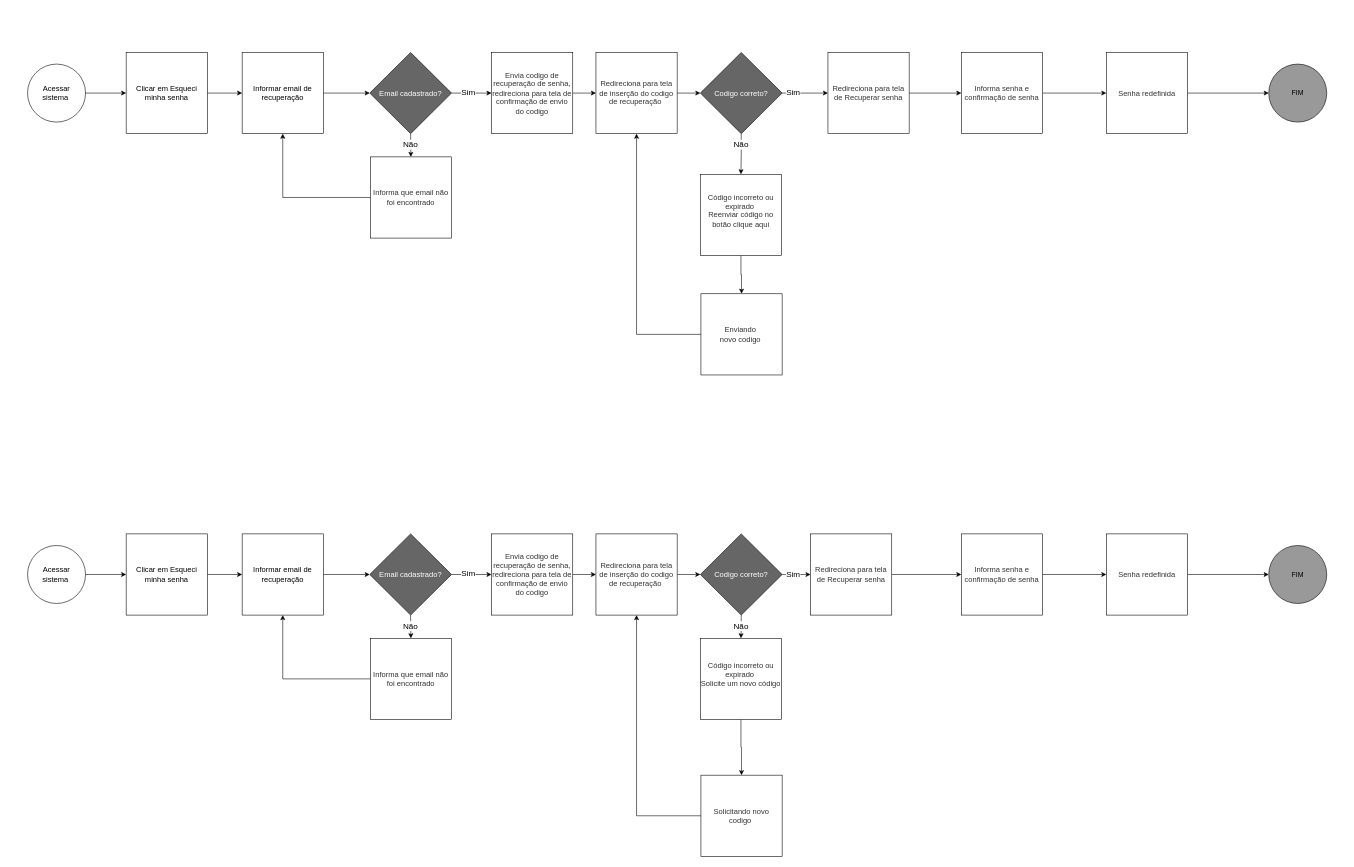
The draw.io diagram page "Esqueci minha senha" (4 of 4) of fluxogramas/YS-Fluxo.drawio in eothigas/YS_Storage, before the edit. Source tidied: cells renumbered, new cells numbered last; positions are measured from the earlier drawing's top-left corner, leaving out a move shared by most shapes. Both pictures are drawn from the tidied source at 58%, with x=0, y=0 at pixel (27, 52).
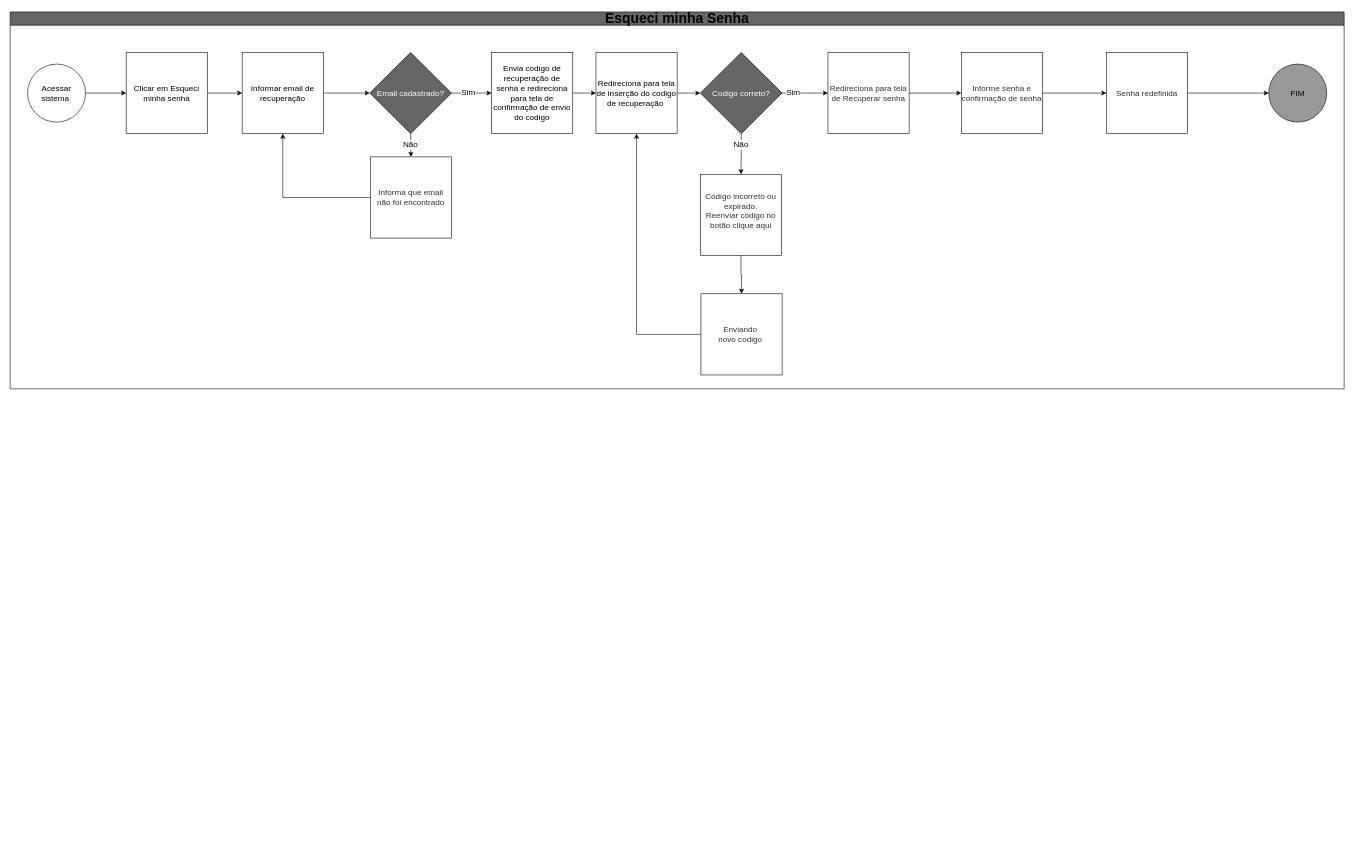
The same diagram, later.

Diff of the diagram source:
```diff
@@
-    <mxCell id="3" value="&lt;span style=&quot;font-size: 13px;&quot;&gt;Acessar sistema&amp;nbsp;&lt;/span&gt;" style="ellipse;whiteSpace=wrap;html=1;fillColor=none;" parent="1" vertex="1">
+    <mxCell id="3" value="&lt;font style=&quot;font-size: 14px;&quot;&gt;Acessar sistema&amp;nbsp;&lt;/font&gt;" style="ellipse;whiteSpace=wrap;html=1;fillColor=none;" parent="1" vertex="1">
       <mxGeometry y="20" width="100" height="100" as="geometry" />
     </mxCell>
@@
-    <mxCell id="5" value="&lt;font style=&quot;font-size: 13px;&quot;&gt;Clicar em Esqueci minha senha&lt;/font&gt;" style="whiteSpace=wrap;html=1;" parent="1" vertex="1">
+    <mxCell id="5" value="&lt;font style=&quot;font-size: 14px;&quot;&gt;Clicar em Esqueci minha senha&lt;/font&gt;" style="whiteSpace=wrap;html=1;" parent="1" vertex="1">
       <mxGeometry x="170" width="140" height="140" as="geometry" />
     </mxCell>
@@
-    <mxCell id="7" value="&lt;font style=&quot;font-size: 13px;&quot;&gt;Informar email de recuperação&lt;/font&gt;" style="whiteSpace=wrap;html=1;" parent="1" vertex="1">
+    <mxCell id="7" value="&lt;font style=&quot;font-size: 14px;&quot;&gt;Informar email de recuperação&lt;/font&gt;" style="whiteSpace=wrap;html=1;" parent="1" vertex="1">
       <mxGeometry x="370" width="140" height="140" as="geometry" />
     </mxCell>
@@
-    <mxCell id="10" value="&lt;span style=&quot;color: rgb(255, 255, 255); font-size: 13px;&quot;&gt;Email cadastrado?&lt;/span&gt;" style="rhombus;whiteSpace=wrap;html=1;fillColor=#666666;" parent="1" vertex="1">
+    <mxCell id="10" value="&lt;span style=&quot;color: rgb(255, 255, 255);&quot;&gt;&lt;font style=&quot;font-size: 14px;&quot;&gt;Email cadastrado?&lt;/font&gt;&lt;/span&gt;" style="rhombus;whiteSpace=wrap;html=1;fillColor=#666666;" parent="1" vertex="1">
       <mxGeometry x="590" width="141" height="140" as="geometry" />
     </mxCell>
@@
-    <mxCell id="12" value="&lt;span style=&quot;color: rgb(51, 51, 51); font-size: 13px;&quot;&gt;Envia codigo de recuperação de senha, redireciona para tela de confirmação de envio do codigo&lt;/span&gt;" style="whiteSpace=wrap;html=1;" parent="1" vertex="1">
+    <mxCell id="12" value="&lt;font style=&quot;font-size: 14px;&quot;&gt;Envia codigo de recuperação de senha e redireciona para tela de confirmação de envio do codigo&lt;/font&gt;" style="whiteSpace=wrap;html=1;" parent="1" vertex="1">
       <mxGeometry x="800" width="140" height="140" as="geometry" />
     </mxCell>
@@
-    <mxCell id="15" value="&lt;span style=&quot;color: rgb(51, 51, 51); font-size: 13px;&quot;&gt;Informa que email não foi encontrado&lt;/span&gt;" style="whiteSpace=wrap;html=1;" parent="1" vertex="1">
+    <mxCell id="15" value="&lt;span style=&quot;color: rgb(51, 51, 51);&quot;&gt;&lt;font style=&quot;font-size: 14px;&quot;&gt;Informa que email não foi encontrado&lt;/font&gt;&lt;/span&gt;" style="whiteSpace=wrap;html=1;" parent="1" vertex="1">
       <mxGeometry x="591" y="180" width="140" height="140" as="geometry" />
     </mxCell>
@@
-    <mxCell id="19" value="&lt;span style=&quot;color: rgb(255, 255, 255); font-size: 13px;&quot;&gt;Codigo correto?&lt;/span&gt;" style="rhombus;whiteSpace=wrap;html=1;fillColor=#666666;" parent="1" vertex="1">
+    <mxCell id="19" value="&lt;span style=&quot;color: rgb(255, 255, 255);&quot;&gt;&lt;font style=&quot;font-size: 14px;&quot;&gt;Codigo correto?&lt;/font&gt;&lt;/span&gt;" style="rhombus;whiteSpace=wrap;html=1;fillColor=#666666;" parent="1" vertex="1">
       <mxGeometry x="1160" width="141" height="140" as="geometry" />
     </mxCell>
@@
-    <mxCell id="21" value="&lt;span style=&quot;color: rgb(51, 51, 51); font-size: 13px;&quot;&gt;Redireciona para tela de inserção do codigo de recuperação&amp;nbsp;&lt;/span&gt;" style="whiteSpace=wrap;html=1;" parent="1" vertex="1">
+    <mxCell id="21" value="&lt;font style=&quot;font-size: 14px;&quot;&gt;Redireciona para tela de inserção do codigo de recuperação&amp;nbsp;&lt;/font&gt;" style="whiteSpace=wrap;html=1;" parent="1" vertex="1">
       <mxGeometry x="980" width="140" height="140" as="geometry" />
     </mxCell>
@@
-    <mxCell id="23" value="&lt;div&gt;&lt;font color=&quot;#333333&quot;&gt;&lt;span style=&quot;font-size: 13px;&quot;&gt;Código incorreto ou expirado&amp;nbsp;&lt;/span&gt;&lt;/font&gt;&lt;/div&gt;&lt;div&gt;&lt;font color=&quot;#333333&quot;&gt;&lt;span style=&quot;font-size: 13px;&quot;&gt;Reenviar código no botão clique aqui&lt;/span&gt;&lt;/font&gt;&lt;/div&gt;&lt;div&gt;&lt;br&gt;&lt;/div&gt;" style="whiteSpace=wrap;html=1;" parent="1" vertex="1">
+    <mxCell id="23" value="&lt;div&gt;&lt;font style=&quot;font-size: 14px;&quot; color=&quot;#333333&quot;&gt;Código incorreto ou expirado.&lt;/font&gt;&lt;/div&gt;&lt;div&gt;&lt;font style=&quot;font-size: 14px;&quot; color=&quot;#333333&quot;&gt;Reenviar código no botão clique aqui&lt;/font&gt;&lt;/div&gt;&lt;div&gt;&lt;br&gt;&lt;/div&gt;" style="whiteSpace=wrap;html=1;" parent="1" vertex="1">
       <mxGeometry x="1160" y="210" width="140" height="140" as="geometry" />
     </mxCell>
@@
-    <mxCell id="26" value="&lt;font color=&quot;#333333&quot;&gt;&lt;span style=&quot;font-size: 13px;&quot;&gt;Redireciona para tela de Recuperar senha&lt;/span&gt;&lt;/font&gt;" style="whiteSpace=wrap;html=1;" parent="1" vertex="1">
+    <mxCell id="26" value="&lt;font style=&quot;font-size: 14px;&quot; color=&quot;#333333&quot;&gt;Redireciona para tela de Recuperar senha&lt;/font&gt;" style="whiteSpace=wrap;html=1;" parent="1" vertex="1">
       <mxGeometry x="1380" width="140" height="140" as="geometry" />
     </mxCell>
@@
-    <mxCell id="29" value="&lt;div&gt;&lt;font color=&quot;#333333&quot;&gt;&lt;span style=&quot;font-size: 13px;&quot;&gt;Enviando&amp;nbsp;&lt;/span&gt;&lt;/font&gt;&lt;/div&gt;&lt;div&gt;&lt;font color=&quot;#333333&quot;&gt;&lt;span style=&quot;font-size: 13px;&quot;&gt;novo codigo&amp;nbsp;&lt;/span&gt;&lt;/font&gt;&lt;/div&gt;" style="whiteSpace=wrap;html=1;" parent="1" vertex="1">
+    <mxCell id="29" value="&lt;div&gt;&lt;font style=&quot;font-size: 14px;&quot; color=&quot;#333333&quot;&gt;Enviando&amp;nbsp;&lt;/font&gt;&lt;/div&gt;&lt;div&gt;&lt;font style=&quot;font-size: 14px;&quot; color=&quot;#333333&quot;&gt;novo codigo&amp;nbsp;&lt;/font&gt;&lt;/div&gt;" style="whiteSpace=wrap;html=1;" parent="1" vertex="1">
       <mxGeometry x="1161" y="416" width="140" height="140" as="geometry" />
     </mxCell>
@@
-    <mxCell id="31" value="&lt;font color=&quot;#333333&quot;&gt;&lt;span style=&quot;font-size: 13px;&quot;&gt;Informa senha e confirmação de senha&lt;/span&gt;&lt;/font&gt;" style="whiteSpace=wrap;html=1;" parent="1" vertex="1">
+    <mxCell id="31" value="&lt;font style=&quot;font-size: 14px;&quot; color=&quot;#333333&quot;&gt;Informe senha e confirmação de senha&lt;/font&gt;" style="whiteSpace=wrap;html=1;" parent="1" vertex="1">
       <mxGeometry x="1610" width="140" height="140" as="geometry" />
     </mxCell>
@@
-    <mxCell id="33" value="&lt;font color=&quot;#333333&quot;&gt;&lt;span style=&quot;font-size: 13px;&quot;&gt;Senha redefinida&lt;/span&gt;&lt;/font&gt;" style="whiteSpace=wrap;html=1;" parent="1" vertex="1">
+    <mxCell id="33" value="&lt;font style=&quot;font-size: 14px;&quot; color=&quot;#333333&quot;&gt;Senha redefinida&lt;/font&gt;" style="whiteSpace=wrap;html=1;" parent="1" vertex="1">
       <mxGeometry x="1860" width="140" height="140" as="geometry" />
     </mxCell>
-    <mxCell id="34" value="FIM" style="ellipse;whiteSpace=wrap;html=1;fillColor=#999999;" parent="1" vertex="1">
+    <mxCell id="34" value="&lt;font style=&quot;font-size: 14px;&quot;&gt;FIM&lt;/font&gt;" style="ellipse;whiteSpace=wrap;html=1;fillColor=#999999;" parent="1" vertex="1">
       <mxGeometry x="2140" y="20" width="100" height="100" as="geometry" />
     </mxCell>
-    <mxCell id="35" style="edgeStyle=orthogonalEdgeStyle;rounded=0;jettySize=auto;html=1;exitX=1;exitY=0.5;exitDx=0;exitDy=0;entryX=0;entryY=0.5;entryDx=0;entryDy=0;" parent="1" edge="1" source="36" target="38">
-      <mxGeometry relative="1" as="geometry" />
-    </mxCell>
-    <mxCell id="36" value="&lt;span style=&quot;font-size: 13px;&quot;&gt;Acessar sistema&amp;nbsp;&lt;/span&gt;" style="ellipse;whiteSpace=wrap;html=1;fillColor=none;" parent="1" vertex="1">
-      <mxGeometry y="850" width="100" height="100" as="geometry" />
-    </mxCell>
-    <mxCell id="37" style="edgeStyle=orthogonalEdgeStyle;rounded=0;jettySize=auto;html=1;exitX=1;exitY=0.5;exitDx=0;exitDy=0;entryX=0;entryY=0.5;entryDx=0;entryDy=0;" parent="1" edge="1" source="38" target="40">
-      <mxGeometry relative="1" as="geometry" />
-    </mxCell>
-    <mxCell id="38" value="&lt;font style=&quot;font-size: 13px;&quot;&gt;Clicar em Esqueci minha senha&lt;/font&gt;" style="whiteSpace=wrap;html=1;" parent="1" vertex="1">
-      <mxGeometry x="170" y="830" width="140" height="140" as="geometry" />
-    </mxCell>
-    <mxCell id="39" style="edgeStyle=orthogonalEdgeStyle;rounded=0;jettySize=auto;html=1;exitX=1;exitY=0.5;exitDx=0;exitDy=0;entryX=0;entryY=0.5;entryDx=0;entryDy=0;" parent="1" edge="1" source="40" target="43">
-      <mxGeometry relative="1" as="geometry" />
-    </mxCell>
-    <mxCell id="40" value="&lt;font style=&quot;font-size: 13px;&quot;&gt;Informar email de recuperação&lt;/font&gt;" style="whiteSpace=wrap;html=1;" parent="1" vertex="1">
-      <mxGeometry x="370" y="830" width="140" height="140" as="geometry" />
-    </mxCell>
-    <mxCell id="41" style="edgeStyle=orthogonalEdgeStyle;rounded=0;jettySize=auto;html=1;exitX=1;exitY=0.5;exitDx=0;exitDy=0;entryX=0;entryY=0.5;entryDx=0;entryDy=0;" parent="1" edge="1" source="43" target="45">
-      <mxGeometry relative="1" as="geometry" />
-    </mxCell>
-    <mxCell id="42" style="edgeStyle=orthogonalEdgeStyle;rounded=0;jettySize=auto;html=1;exitX=0.5;exitY=1;exitDx=0;exitDy=0;entryX=0.5;entryY=0;entryDx=0;entryDy=0;" parent="1" edge="1" source="43" target="48">
-      <mxGeometry relative="1" as="geometry" />
-    </mxCell>
-    <mxCell id="43" value="&lt;span style=&quot;color: rgb(255, 255, 255); font-size: 13px;&quot;&gt;Email cadastrado?&lt;/span&gt;" style="rhombus;whiteSpace=wrap;html=1;fillColor=#666666;" parent="1" vertex="1">
-      <mxGeometry x="590" y="830" width="141" height="140" as="geometry" />
-    </mxCell>
-    <mxCell id="44" style="edgeStyle=orthogonalEdgeStyle;rounded=0;jettySize=auto;html=1;exitX=1;exitY=0.5;exitDx=0;exitDy=0;entryX=0;entryY=0.5;entryDx=0;entryDy=0;" parent="1" edge="1" source="45" target="54">
-      <mxGeometry relative="1" as="geometry" />
-    </mxCell>
-    <mxCell id="45" value="&lt;span style=&quot;color: rgb(51, 51, 51); font-size: 13px;&quot;&gt;Envia codigo de recuperação de senha, redireciona para tela de confirmação de envio do codigo&lt;/span&gt;" style="whiteSpace=wrap;html=1;" parent="1" vertex="1">
-      <mxGeometry x="800" y="830" width="140" height="140" as="geometry" />
-    </mxCell>
-    <mxCell id="46" value="&lt;font style=&quot;font-size: 14px;&quot;&gt;Sim&lt;/font&gt;" style="edgeLabel;html=1;align=center;verticalAlign=middle;" parent="1" vertex="1">
-      <mxGeometry x="770" y="900" as="geometry">
-        <mxPoint x="-11" y="-3" as="offset" />
-      </mxGeometry>
-    </mxCell>
-    <mxCell id="47" style="edgeStyle=orthogonalEdgeStyle;rounded=0;jettySize=auto;html=1;exitX=0;exitY=0.5;exitDx=0;exitDy=0;entryX=0.5;entryY=1;entryDx=0;entryDy=0;" parent="1" edge="1" source="48" target="40">
-      <mxGeometry relative="1" as="geometry" />
-    </mxCell>
-    <mxCell id="48" value="&lt;span style=&quot;color: rgb(51, 51, 51); font-size: 13px;&quot;&gt;Informa que email não foi encontrado&lt;/span&gt;" style="whiteSpace=wrap;html=1;" parent="1" vertex="1">
-      <mxGeometry x="591" y="1010" width="140" height="140" as="geometry" />
-    </mxCell>
-    <mxCell id="49" value="&lt;font style=&quot;font-size: 14px;&quot;&gt;Não&lt;/font&gt;" style="edgeLabel;html=1;align=center;verticalAlign=middle;" parent="1" vertex="1">
-      <mxGeometry x="670" y="990" as="geometry">
-        <mxPoint x="-11" y="-2" as="offset" />
-      </mxGeometry>
-    </mxCell>
-    <mxCell id="50" style="edgeStyle=orthogonalEdgeStyle;rounded=0;jettySize=auto;html=1;exitX=0.5;exitY=1;exitDx=0;exitDy=0;entryX=0.5;entryY=0;entryDx=0;entryDy=0;" parent="1" edge="1" source="52" target="56">
-      <mxGeometry relative="1" as="geometry" />
-    </mxCell>
-    <mxCell id="51" style="edgeStyle=orthogonalEdgeStyle;rounded=0;jettySize=auto;html=1;exitX=1;exitY=0.5;exitDx=0;exitDy=0;entryX=0;entryY=0.5;entryDx=0;entryDy=0;" parent="1" edge="1" source="52" target="59">
-      <mxGeometry relative="1" as="geometry" />
-    </mxCell>
-    <mxCell id="52" value="&lt;span style=&quot;color: rgb(255, 255, 255); font-size: 13px;&quot;&gt;Codigo correto?&lt;/span&gt;" style="rhombus;whiteSpace=wrap;html=1;fillColor=#666666;" parent="1" vertex="1">
-      <mxGeometry x="1160" y="830" width="141" height="140" as="geometry" />
-    </mxCell>
-    <mxCell id="53" style="edgeStyle=orthogonalEdgeStyle;rounded=0;jettySize=auto;html=1;exitX=1;exitY=0.5;exitDx=0;exitDy=0;entryX=0;entryY=0.5;entryDx=0;entryDy=0;" parent="1" edge="1" source="54" target="52">
-      <mxGeometry relative="1" as="geometry" />
-    </mxCell>
-    <mxCell id="54" value="&lt;span style=&quot;color: rgb(51, 51, 51); font-size: 13px;&quot;&gt;Redireciona para tela de inserção do codigo de recuperação&amp;nbsp;&lt;/span&gt;" style="whiteSpace=wrap;html=1;" parent="1" vertex="1">
-      <mxGeometry x="980" y="830" width="140" height="140" as="geometry" />
-    </mxCell>
-    <mxCell id="55" style="edgeStyle=orthogonalEdgeStyle;rounded=0;jettySize=auto;html=1;exitX=0.5;exitY=1;exitDx=0;exitDy=0;entryX=0.5;entryY=0;entryDx=0;entryDy=0;" parent="1" edge="1" source="56" target="62">
-      <mxGeometry relative="1" as="geometry" />
-    </mxCell>
-    <mxCell id="56" value="&lt;div&gt;&lt;font color=&quot;#333333&quot;&gt;&lt;span style=&quot;font-size: 13px;&quot;&gt;Código incorreto ou expirado&amp;nbsp;&lt;/span&gt;&lt;/font&gt;&lt;/div&gt;&lt;div&gt;&lt;font color=&quot;#333333&quot;&gt;&lt;span style=&quot;font-size: 13px;&quot;&gt;Solicite um novo código&lt;/span&gt;&lt;/font&gt;&lt;/div&gt;&lt;div&gt;&lt;br&gt;&lt;/div&gt;" style="whiteSpace=wrap;html=1;" parent="1" vertex="1">
-      <mxGeometry x="1160" y="1010" width="140" height="140" as="geometry" />
-    </mxCell>
-    <mxCell id="57" value="&lt;font style=&quot;font-size: 14px;&quot;&gt;Não&lt;/font&gt;" style="edgeLabel;html=1;align=center;verticalAlign=middle;" parent="1" vertex="1">
-      <mxGeometry x="1240" y="990" as="geometry">
-        <mxPoint x="-11" y="-2" as="offset" />
-      </mxGeometry>
-    </mxCell>
-    <mxCell id="58" style="edgeStyle=orthogonalEdgeStyle;rounded=0;jettySize=auto;html=1;exitX=1;exitY=0.5;exitDx=0;exitDy=0;entryX=0;entryY=0.5;entryDx=0;entryDy=0;" parent="1" edge="1" source="59" target="64">
-      <mxGeometry relative="1" as="geometry" />
-    </mxCell>
-    <mxCell id="59" value="&lt;font color=&quot;#333333&quot;&gt;&lt;span style=&quot;font-size: 13px;&quot;&gt;Redireciona para tela de Recuperar senha&lt;/span&gt;&lt;/font&gt;" style="whiteSpace=wrap;html=1;" parent="1" vertex="1">
-      <mxGeometry x="1350" y="830" width="140" height="140" as="geometry" />
-    </mxCell>
-    <mxCell id="60" value="&lt;font style=&quot;font-size: 14px;&quot;&gt;Sim&lt;/font&gt;" style="edgeLabel;html=1;align=center;verticalAlign=middle;" parent="1" vertex="1">
-      <mxGeometry x="1330" y="900" as="geometry">
-        <mxPoint x="-11" y="-2" as="offset" />
-      </mxGeometry>
-    </mxCell>
-    <mxCell id="61" style="edgeStyle=orthogonalEdgeStyle;rounded=0;jettySize=auto;html=1;exitX=0;exitY=0.5;exitDx=0;exitDy=0;entryX=0.5;entryY=1;entryDx=0;entryDy=0;" parent="1" edge="1" source="62" target="54">
-      <mxGeometry relative="1" as="geometry" />
-    </mxCell>
-    <mxCell id="62" value="&lt;div&gt;&lt;font color=&quot;#333333&quot;&gt;&lt;span style=&quot;font-size: 13px;&quot;&gt;Solicitando novo codigo&amp;nbsp;&lt;/span&gt;&lt;/font&gt;&lt;/div&gt;" style="whiteSpace=wrap;html=1;" parent="1" vertex="1">
-      <mxGeometry x="1161" y="1246" width="140" height="140" as="geometry" />
-    </mxCell>
-    <mxCell id="63" style="edgeStyle=orthogonalEdgeStyle;rounded=0;jettySize=auto;html=1;exitX=1;exitY=0.5;exitDx=0;exitDy=0;entryX=0;entryY=0.5;entryDx=0;entryDy=0;" parent="1" edge="1" source="64" target="66">
-      <mxGeometry relative="1" as="geometry" />
-    </mxCell>
-    <mxCell id="64" value="&lt;font color=&quot;#333333&quot;&gt;&lt;span style=&quot;font-size: 13px;&quot;&gt;Informa senha e confirmação de senha&lt;/span&gt;&lt;/font&gt;" style="whiteSpace=wrap;html=1;" parent="1" vertex="1">
-      <mxGeometry x="1610" y="830" width="140" height="140" as="geometry" />
-    </mxCell>
-    <mxCell id="65" style="edgeStyle=orthogonalEdgeStyle;rounded=0;jettySize=auto;html=1;exitX=1;exitY=0.5;exitDx=0;exitDy=0;entryX=0;entryY=0.5;entryDx=0;entryDy=0;" parent="1" edge="1" source="66" target="67">
-      <mxGeometry relative="1" as="geometry" />
-    </mxCell>
-    <mxCell id="66" value="&lt;font color=&quot;#333333&quot;&gt;&lt;span style=&quot;font-size: 13px;&quot;&gt;Senha redefinida&lt;/span&gt;&lt;/font&gt;" style="whiteSpace=wrap;html=1;" parent="1" vertex="1">
-      <mxGeometry x="1860" y="830" width="140" height="140" as="geometry" />
-    </mxCell>
-    <mxCell id="67" value="FIM" style="ellipse;whiteSpace=wrap;html=1;fillColor=#999999;" parent="1" vertex="1">
-      <mxGeometry x="2140" y="850" width="100" height="100" as="geometry" />
-    </mxCell>
+    <mxCell id="68" value="&lt;font style=&quot;font-size: 24px;&quot;&gt;Esqueci minha Senha&lt;/font&gt;" style="swimlane;whiteSpace=wrap;html=1;fillColor=#666666;" parent="1" vertex="1">
+      <mxGeometry x="-30" y="-70" width="2300" height="650" as="geometry" />
+    </mxCell>
```
